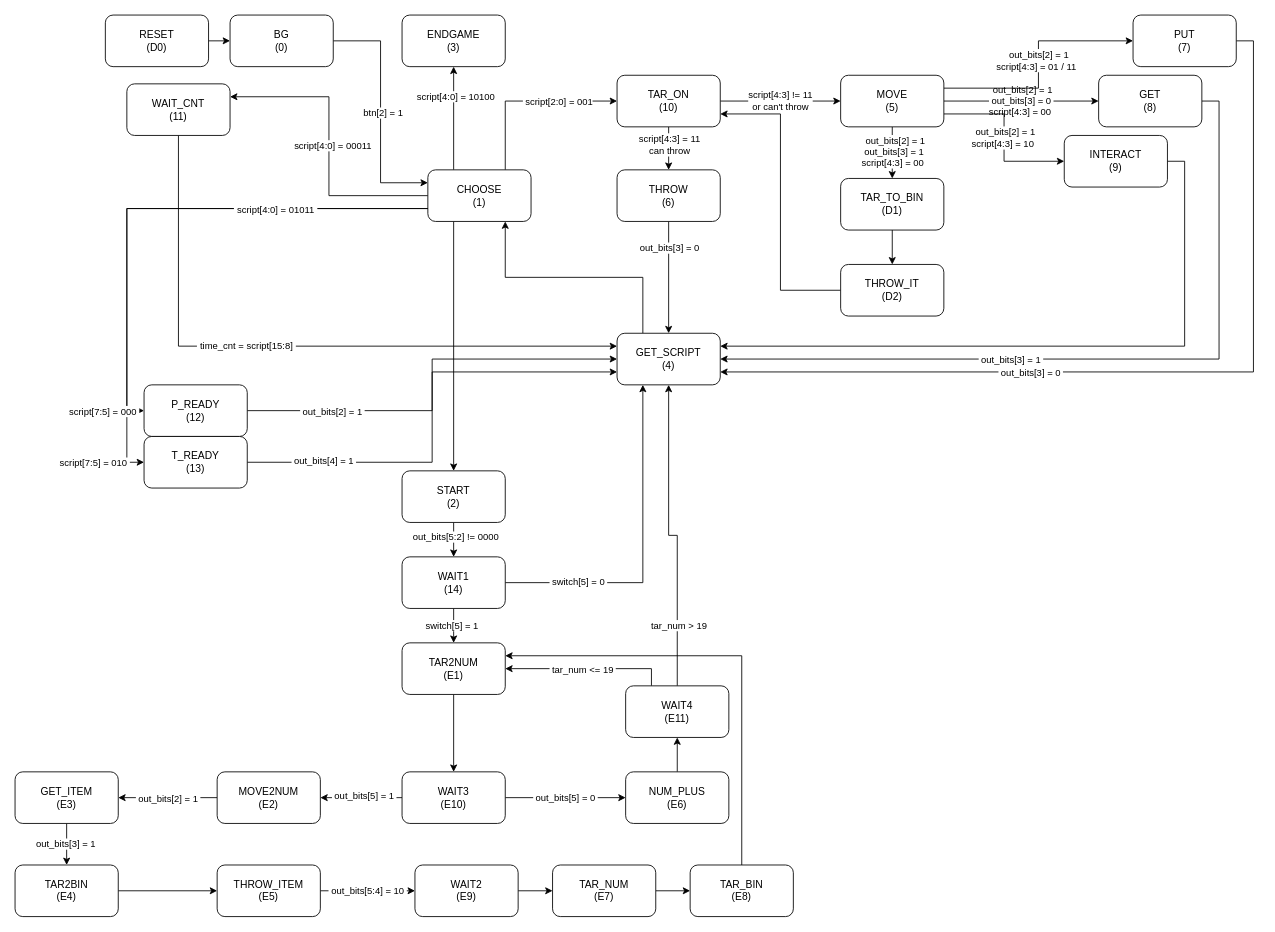
Above: docs/auto.drawio in LunaQu4kez/CS207_23F_Project_GenshinKitchen (draw.io), before the change. Source tidied: cells renumbered, new cells numbered last; positions are measured from the earlier drawing's top-left corner, leaving out a move shared by most shapes. Both pictures are drawn from the tidied source at 86%, with x=0, y=0 at pixel (15, 15).
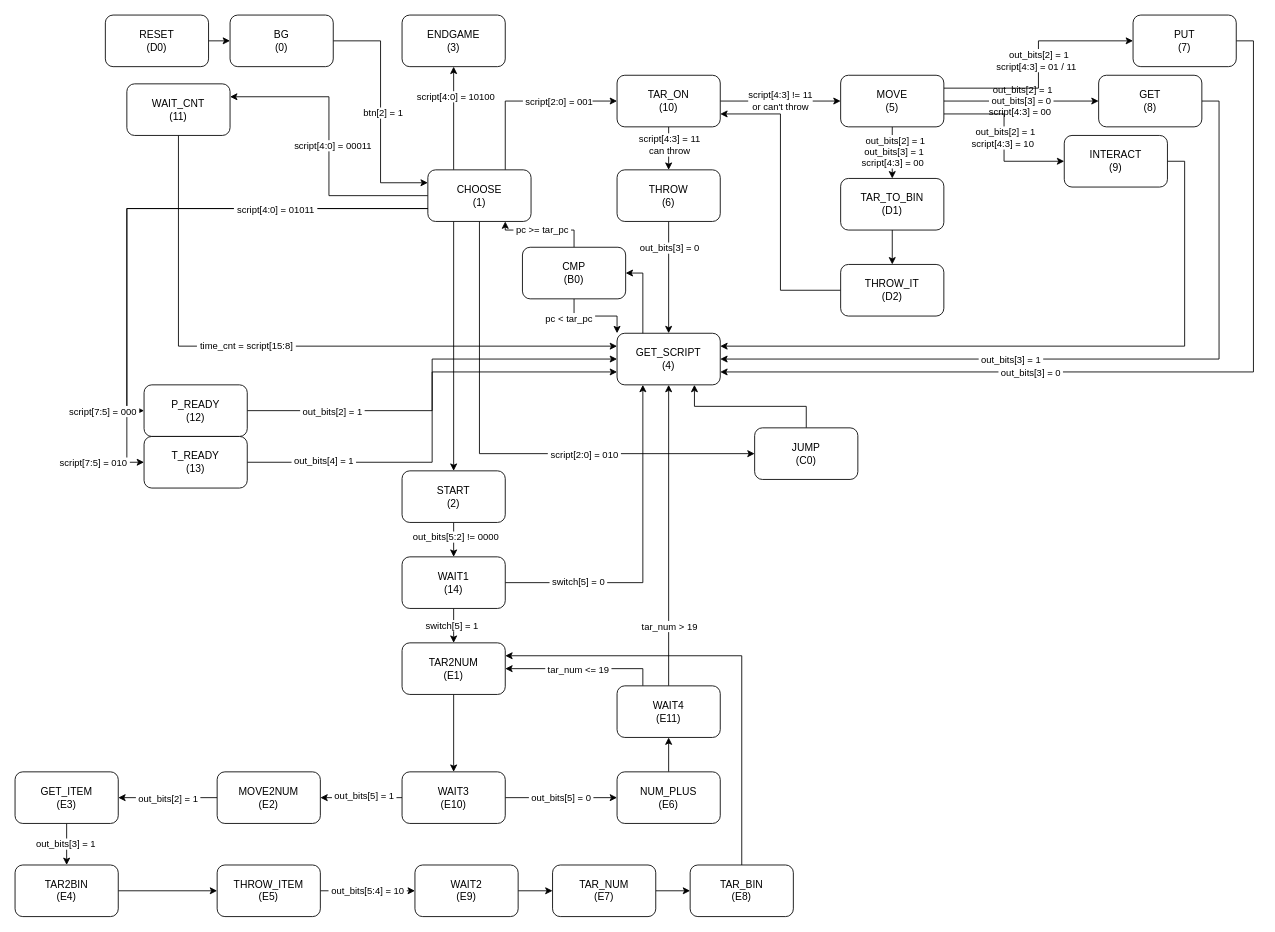
The same diagram, later.

Commit message (it also covers changes not shown here):
add jump script

The change refers to these unchanged cells:
```xml
<mxCell id="16" value="CHOOSE&lt;br&gt;(1)" style="rounded=1;whiteSpace=wrap;html=1;" parent="1" vertex="1">
  <mxGeometry x="480" y="180" width="120" height="60" as="geometry" />
</mxCell>
<mxCell id="22" value="GET_SCRIPT&lt;br&gt;(4)" style="rounded=1;whiteSpace=wrap;html=1;" parent="1" vertex="1">
  <mxGeometry x="700" y="370" width="120" height="60" as="geometry" />
</mxCell>
```

Diff of the diagram source:
```diff
@@
+    <mxCell id="101" style="edgeStyle=orthogonalEdgeStyle;rounded=0;jettySize=auto;html=1;exitX=0.5;exitY=1;exitDx=0;exitDy=0;entryX=0;entryY=0.5;entryDx=0;entryDy=0;" parent="1" edge="1" source="16" target="109">
+      <mxGeometry relative="1" as="geometry" />
+    </mxCell>
+    <mxCell id="102" value="&amp;nbsp;script[2:0] = 010&amp;nbsp;" style="edgeLabel;html=1;align=center;verticalAlign=middle;" parent="101" vertex="1">
+      <mxGeometry x="0.46" y="1" relative="1" as="geometry">
+        <mxPoint x="-40" y="1" as="offset" />
+      </mxGeometry>
+    </mxCell>
@@
-    <mxCell id="21" style="edgeStyle=orthogonalEdgeStyle;rounded=0;jettySize=auto;html=1;exitX=0.25;exitY=0;exitDx=0;exitDy=0;entryX=0.75;entryY=1;entryDx=0;entryDy=0;" parent="1" edge="1" source="22" target="16">
-      <mxGeometry relative="1" as="geometry" />
-    </mxCell>
@@
     <mxCell id="89" value="NUM_PLUS&lt;br&gt;(E6)" style="rounded=1;whiteSpace=wrap;html=1;" parent="1" vertex="1">
-      <mxGeometry x="710" y="880" width="120" height="60" as="geometry" />
+      <mxGeometry x="700" y="880" width="120" height="60" as="geometry" />
     </mxCell>
@@
     <mxCell id="96" value="WAIT4&lt;br&gt;(E11)" style="rounded=1;whiteSpace=wrap;html=1;" parent="1" vertex="1">
-      <mxGeometry x="710" y="780" width="120" height="60" as="geometry" />
+      <mxGeometry x="700" y="780" width="120" height="60" as="geometry" />
     </mxCell>
@@
+    <mxCell id="103" style="edgeStyle=orthogonalEdgeStyle;rounded=0;jettySize=auto;html=1;exitX=0.25;exitY=0;exitDx=0;exitDy=0;entryX=1;entryY=0.5;entryDx=0;entryDy=0;" parent="1" edge="1" source="22" target="107">
+      <mxGeometry relative="1" as="geometry" />
+    </mxCell>
+    <mxCell id="104" style="edgeStyle=orthogonalEdgeStyle;rounded=0;jettySize=auto;html=1;exitX=0.5;exitY=1;exitDx=0;exitDy=0;entryX=0;entryY=0;entryDx=0;entryDy=0;" parent="1" edge="1" source="107" target="22">
+      <mxGeometry relative="1" as="geometry" />
+    </mxCell>
+    <mxCell id="105" style="edgeStyle=orthogonalEdgeStyle;rounded=0;jettySize=auto;html=1;exitX=0.5;exitY=0;exitDx=0;exitDy=0;entryX=0.75;entryY=1;entryDx=0;entryDy=0;" parent="1" edge="1" source="107" target="16">
+      <mxGeometry relative="1" as="geometry" />
+    </mxCell>
+    <mxCell id="106" value="&amp;nbsp;pc &amp;gt;= tar_pc&amp;nbsp;" style="edgeLabel;html=1;align=center;verticalAlign=middle;" parent="105" vertex="1">
+      <mxGeometry x="0.05" y="-1" relative="1" as="geometry" />
+    </mxCell>
+    <mxCell id="107" value="CMP&lt;br&gt;(B0)" style="rounded=1;whiteSpace=wrap;html=1;" parent="1" vertex="1">
+      <mxGeometry x="590" y="270" width="120" height="60" as="geometry" />
+    </mxCell>
+    <mxCell id="108" style="edgeStyle=orthogonalEdgeStyle;rounded=0;jettySize=auto;html=1;exitX=0.5;exitY=0;exitDx=0;exitDy=0;entryX=0.75;entryY=1;entryDx=0;entryDy=0;" parent="1" edge="1" source="109" target="22">
+      <mxGeometry relative="1" as="geometry" />
+    </mxCell>
+    <mxCell id="109" value="JUMP&lt;br&gt;(C0)" style="rounded=1;whiteSpace=wrap;html=1;" parent="1" vertex="1">
+      <mxGeometry x="860" y="480" width="120" height="60" as="geometry" />
+    </mxCell>
+    <mxCell id="110" value="&amp;nbsp;pc &amp;lt; tar_pc&amp;nbsp;" style="edgeLabel;html=1;align=center;verticalAlign=middle;" parent="1" vertex="1">
+      <mxGeometry x="630" y="350" as="geometry">
+        <mxPoint x="13" y="2" as="offset" />
+      </mxGeometry>
+    </mxCell>
```
